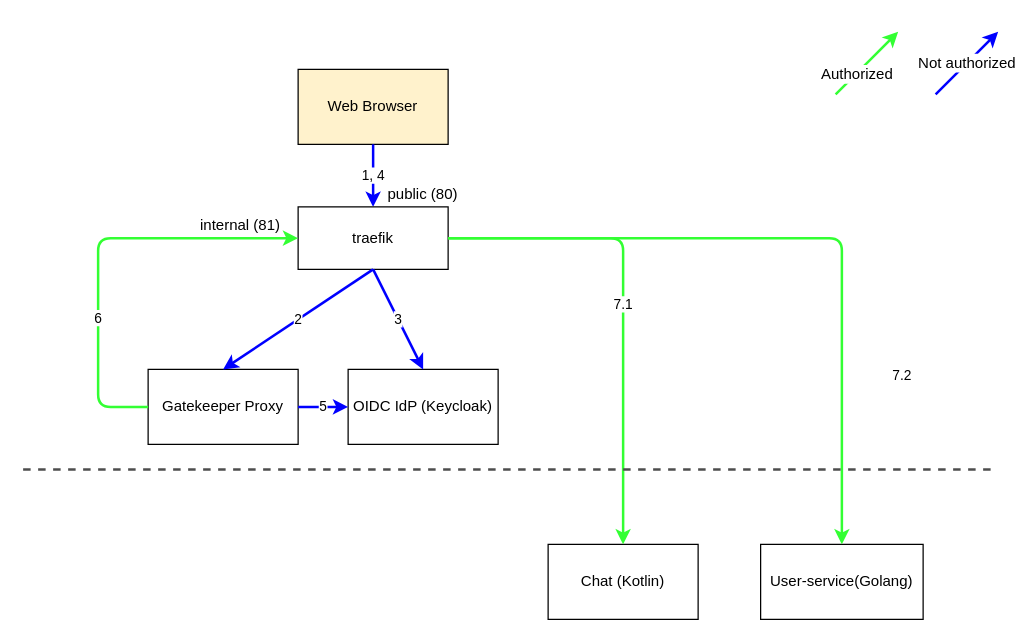
Earlier version of the draw.io diagram .markdown/auth.drawio (nkonev/videochat). Source tidied: cells renumbered, new cells numbered last; positions are measured from the earlier drawing's top-left corner, leaving out a move shared by most shapes. Both pictures are drawn from the tidied source at 125%, with x=0, y=0 at pixel (22, 31).
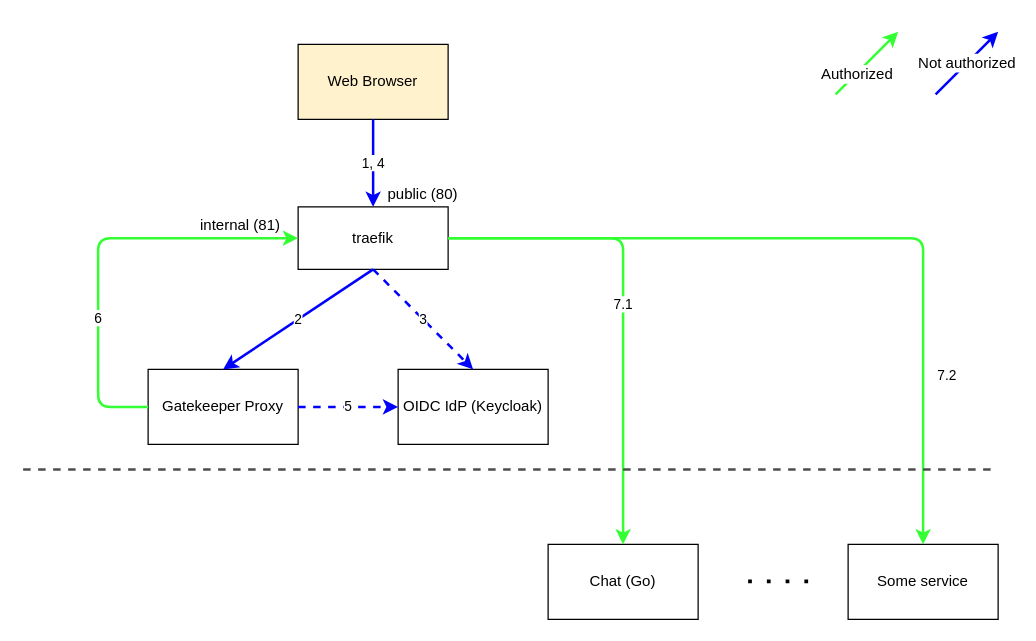
The same diagram, later.

The change refers to these unchanged cells:
```xml
<mxCell id="3" value="&lt;div&gt;Gatekeeper Proxy&lt;/div&gt;" style="rounded=0;whiteSpace=wrap;html=1;fillColor=#FFFFFF;" parent="1" vertex="1">
  <mxGeometry x="100" y="270" width="120" height="60" as="geometry" />
</mxCell>
<mxCell id="8" value="traefik" style="rounded=0;whiteSpace=wrap;html=1;fillColor=#FFFFFF;" parent="1" vertex="1">
  <mxGeometry x="220" y="140" width="120" height="50" as="geometry" />
</mxCell>
```

The edit, as a diff of the source:
```diff
@@
     <mxCell id="2" value="Web Browser" style="rounded=0;whiteSpace=wrap;html=1;fillColor=#FFF2CC;" parent="1" vertex="1">
-      <mxGeometry x="220" y="30" width="120" height="60" as="geometry" />
+      <mxGeometry x="220" y="10" width="120" height="60" as="geometry" />
     </mxCell>
@@
     <mxCell id="4" value="OIDC IdP (Keycloak)" style="rounded=0;whiteSpace=wrap;html=1;fillColor=#FFFFFF;" parent="1" vertex="1">
-      <mxGeometry x="260" y="270" width="120" height="60" as="geometry" />
+      <mxGeometry x="300" y="270" width="120" height="60" as="geometry" />
     </mxCell>
-    <mxCell id="5" value="Chat (Kotlin)" style="rounded=0;whiteSpace=wrap;html=1;fillColor=#FFFFFF;" parent="1" vertex="1">
+    <mxCell id="5" value="&lt;div&gt;Chat (Go)&lt;/div&gt;" style="rounded=0;whiteSpace=wrap;html=1;fillColor=#FFFFFF;" parent="1" vertex="1">
       <mxGeometry x="420" y="410" width="120" height="60" as="geometry" />
     </mxCell>
-    <mxCell id="6" value="&lt;div&gt;User-service(Golang)&lt;/div&gt;" style="rounded=0;whiteSpace=wrap;html=1;fillColor=#FFFFFF;" parent="1" vertex="1">
-      <mxGeometry x="590" y="410" width="130" height="60" as="geometry" />
+    <mxCell id="6" value="&lt;div&gt;Some service&lt;/div&gt;" style="rounded=0;whiteSpace=wrap;html=1;fillColor=#FFFFFF;" parent="1" vertex="1">
+      <mxGeometry x="660" y="410" width="120" height="60" as="geometry" />
     </mxCell>
@@
-    <mxCell id="11" value="5" style="endArrow=classic;html=1;exitX=1;exitY=0.5;exitDx=0;exitDy=0;entryX=0;entryY=0.5;entryDx=0;entryDy=0;strokeColor=#0000FF;strokeWidth=2;" parent="1" edge="1" source="3" target="4">
+    <mxCell id="11" value="5" style="endArrow=classic;html=1;exitX=1;exitY=0.5;exitDx=0;exitDy=0;entryX=0;entryY=0.5;entryDx=0;entryDy=0;strokeColor=#0000FF;strokeWidth=2;dashed=1;" parent="1" edge="1" source="3" target="4">
       <mxGeometry relative="1" as="geometry" />
     </mxCell>
-    <mxCell id="12" value="3" style="endArrow=classic;html=1;entryX=0.5;entryY=0;entryDx=0;entryDy=0;strokeWidth=2;strokeColor=#0000FF;" parent="1" edge="1" target="4">
+    <mxCell id="12" value="3" style="endArrow=classic;html=1;entryX=0.5;entryY=0;entryDx=0;entryDy=0;strokeWidth=2;strokeColor=#0000FF;dashed=1;" parent="1" edge="1" target="4">
       <mxGeometry relative="1" as="geometry">
         <mxPoint x="280" y="190" as="sourcePoint" />
       </mxGeometry>
     </mxCell>
@@
-    <mxCell id="16" value="7.2" style="endArrow=classic;html=1;strokeColor=#33FF33;strokeWidth=2;exitX=1;exitY=0.5;exitDx=0;exitDy=0;entryX=0.5;entryY=0;entryDx=0;entryDy=0;" parent="1" edge="1" source="8" target="6">
+    <mxCell id="16" value="7.2" style="endArrow=classic;html=1;strokeColor=#33FF33;strokeWidth=2;exitX=1;exitY=0.5;exitDx=0;exitDy=0;entryX=0.5;entryY=0;entryDx=0;entryDy=0;jumpSize=6;" parent="1" edge="1" source="8" target="6">
       <mxGeometry x="0.1" y="-55" relative="1" as="geometry">
         <Array as="points">
-          <mxPoint x="655" y="165" />
+          <mxPoint x="720" y="165" />
         </Array>
         <mxPoint x="55" y="55" as="offset" />
       </mxGeometry>
     </mxCell>
@@
+    <mxCell id="21" style="endArrow=none;dashed=1;html=1;strokeWidth=3;dashPattern=1 4;" parent="1" edge="1">
+      <mxGeometry relative="1" as="geometry">
+        <mxPoint x="580" y="439.5" as="sourcePoint" />
+        <mxPoint x="640" y="439.5" as="targetPoint" />
+        <Array as="points">
+          <mxPoint x="620" y="439.5" />
+        </Array>
+      </mxGeometry>
+    </mxCell>
```
